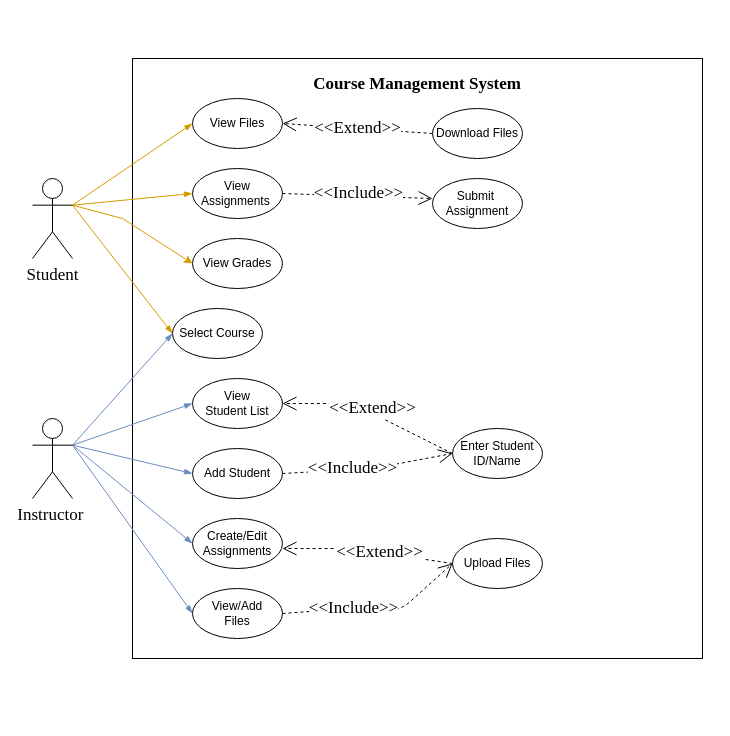
This is Use Case Diagram.drawio from jayssonbf/-UseCase, a draw.io file, before an edit. Source tidied: cells renumbered, new cells numbered last; positions are measured from the earlier drawing's top-left corner, leaving out a move shared by most shapes. Both pictures are drawn from the tidied source at 100%, with x=0, y=0 at pixel (32, 58).
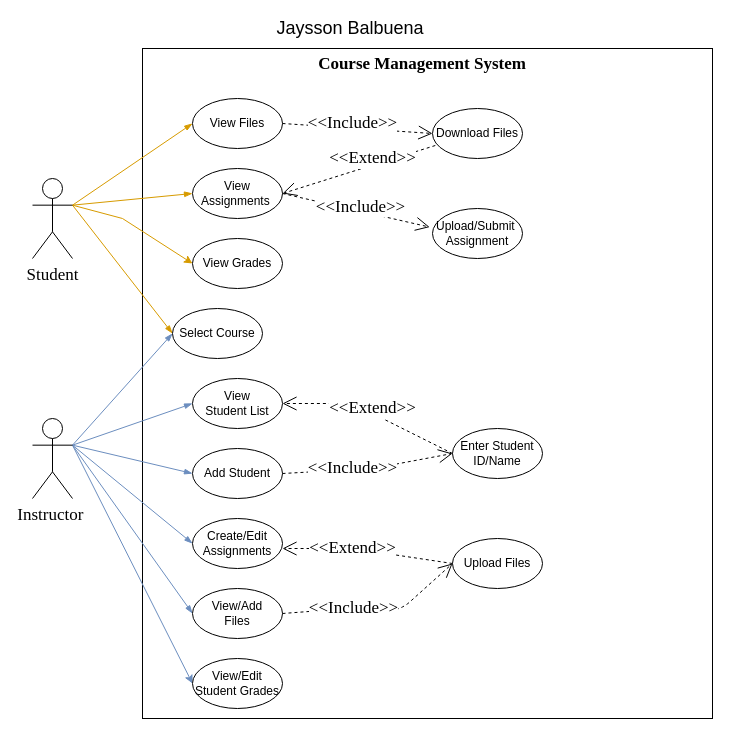
After the change.

Unchanged cells that the change refers to:
```xml
<mxCell id="3" value="View Files" style="ellipse;whiteSpace=wrap;html=1;" parent="1" vertex="1">
  <mxGeometry x="160" y="40" width="90" height="50" as="geometry" />
</mxCell>
<mxCell id="9" value="Instructor&amp;nbsp;" style="shape=umlActor;verticalLabelPosition=bottom;verticalAlign=top;html=1;fontFamily=Times New Roman;fontSize=17;" parent="1" vertex="1">
  <mxGeometry y="360" width="40" height="80" as="geometry" />
</mxCell>
<mxCell id="16" value="View &lt;br&gt;Assignments&amp;nbsp;" style="ellipse;whiteSpace=wrap;html=1;" parent="1" vertex="1">
  <mxGeometry x="160" y="110" width="90" height="50" as="geometry" />
</mxCell>
<mxCell id="23" value="Download Files" style="ellipse;whiteSpace=wrap;html=1;" parent="1" vertex="1">
  <mxGeometry x="400" y="50" width="90" height="50" as="geometry" />
</mxCell>
<mxCell id="28" value="Upload Files" style="ellipse;whiteSpace=wrap;html=1;" parent="1" vertex="1">
  <mxGeometry x="420" y="480" width="90" height="50" as="geometry" />
</mxCell>
```

What changed in the source:
```diff
@@
     <mxCell id="2" style="html=1;" parent="1" vertex="1">
-      <mxGeometry x="100" width="570" height="600" as="geometry" />
+      <mxGeometry x="110" y="-10" width="570" height="670" as="geometry" />
     </mxCell>
@@
+    <mxCell id="33" style="edgeStyle=none;rounded=0;jettySize=auto;html=1;exitX=1;exitY=0.3333333333333333;exitDx=0;exitDy=0;exitPerimeter=0;entryX=0;entryY=0.5;entryDx=0;entryDy=0;fillColor=#dae8fc;strokeColor=#6c8ebf;" parent="1" edge="1" source="9" target="35">
+      <mxGeometry relative="1" as="geometry" />
+    </mxCell>
@@
     <mxCell id="10" value="Course Management System" style="text;align=center;fontStyle=1;verticalAlign=middle;spacingLeft=3;spacingRight=3;strokeColor=none;fontFamily=Times New Roman;fontSize=17;" parent="1" vertex="1">
-      <mxGeometry x="245" y="10" width="280" height="26" as="geometry" />
+      <mxGeometry x="250" y="-10" width="280" height="26" as="geometry" />
     </mxCell>
@@
-    <mxCell id="24" value="Submit&amp;nbsp;&lt;br&gt;Assignment" style="ellipse;whiteSpace=wrap;html=1;" parent="1" vertex="1">
-      <mxGeometry x="400" y="120" width="90" height="50" as="geometry" />
+    <mxCell id="24" value="Upload/Submit&amp;nbsp;&lt;br&gt;Assignment" style="ellipse;whiteSpace=wrap;html=1;" parent="1" vertex="1">
+      <mxGeometry x="400" y="150" width="90" height="50" as="geometry" />
     </mxCell>
-    <mxCell id="25" value="&amp;lt;&amp;lt;Include&amp;gt;&amp;gt;" style="endArrow=open;endSize=12;dashed=1;html=1;fontFamily=Times New Roman;fontSize=17;verticalAlign=top;exitX=1;exitY=0.5;exitDx=0;exitDy=0;" parent="1" edge="1" source="16">
-      <mxGeometry y="20" relative="1" as="geometry">
-        <mxPoint x="400" y="140" as="targetPoint" />
-      </mxGeometry>
+    <mxCell id="25" value="&amp;lt;&amp;lt;Include&amp;gt;&amp;gt;" style="endArrow=open;endSize=12;dashed=1;html=1;fontFamily=Times New Roman;fontSize=17;verticalAlign=top;exitX=1;exitY=0.5;exitDx=0;exitDy=0;entryX=-0.031;entryY=0.372;entryDx=0;entryDy=0;entryPerimeter=0;" parent="1" edge="1" source="16" target="24">
+      <mxGeometry y="20" relative="1" as="geometry" />
     </mxCell>
-    <mxCell id="26" value="&amp;lt;&amp;lt;Extend&amp;gt;&amp;gt;" style="endArrow=open;endSize=12;dashed=1;html=1;fontFamily=Times New Roman;fontSize=17;verticalAlign=middle;exitX=0;exitY=0.5;exitDx=0;exitDy=0;entryX=1;entryY=0.5;entryDx=0;entryDy=0;" parent="1" edge="1" source="23" target="3">
-      <mxGeometry relative="1" as="geometry" />
+    <mxCell id="26" value="&amp;lt;&amp;lt;Include&amp;gt;&amp;gt;" style="endArrow=open;endSize=12;dashed=1;html=1;fontFamily=Times New Roman;fontSize=17;verticalAlign=middle;exitX=1;exitY=0.5;exitDx=0;exitDy=0;entryX=0;entryY=0.5;entryDx=0;entryDy=0;" parent="1" edge="1" source="3" target="23">
+      <mxGeometry x="-0.07" y="5" relative="1" as="geometry" />
     </mxCell>
@@
-    <mxCell id="30" value="&amp;lt;&amp;lt;Extend&amp;gt;&amp;gt;" style="endArrow=open;endSize=12;dashed=1;html=1;fontFamily=Times New Roman;fontSize=17;verticalAlign=middle;exitX=0;exitY=0.5;exitDx=0;exitDy=0;" parent="1" edge="1" source="28">
-      <mxGeometry x="-0.14" relative="1" as="geometry">
+    <mxCell id="30" value="&amp;lt;&amp;lt;Extend&amp;gt;&amp;gt;" style="endArrow=open;endSize=12;dashed=1;html=1;fontFamily=Times New Roman;fontSize=17;verticalAlign=middle;exitX=0;exitY=0.5;exitDx=0;exitDy=0;entryX=0;entryY=0.5;entryDx=0;entryDy=0;" parent="1" edge="1" source="28">
+      <mxGeometry x="0.18" relative="1" as="geometry">
         <mxPoint x="250" y="490" as="targetPoint" />
         <Array as="points">
           <mxPoint x="320" y="490" />
         </Array>
       </mxGeometry>
     </mxCell>
@@
+    <mxCell id="34" value="&amp;lt;&amp;lt;Extend&amp;gt;&amp;gt;" style="endArrow=open;endSize=12;dashed=1;html=1;fontFamily=Times New Roman;fontSize=17;verticalAlign=middle;exitX=0.031;exitY=0.74;exitDx=0;exitDy=0;entryX=1;entryY=0.5;entryDx=0;entryDy=0;exitPerimeter=0;" parent="1" edge="1" source="23" target="16">
+      <mxGeometry x="-0.2" y="-6" relative="1" as="geometry" />
+    </mxCell>
+    <mxCell id="35" value="View/Edit&lt;br&gt;Student Grades" style="ellipse;whiteSpace=wrap;html=1;" parent="1" vertex="1">
+      <mxGeometry x="160" y="600" width="90" height="50" as="geometry" />
+    </mxCell>
+    <mxCell id="36" value="&lt;font style=&quot;font-size: 18px&quot;&gt;Jaysson Balbuena&amp;nbsp;&lt;/font&gt;" style="text;html=1;align=center;verticalAlign=middle;" parent="1" vertex="1">
+      <mxGeometry x="235" y="-40" width="170" height="20" as="geometry" />
+    </mxCell>
```
